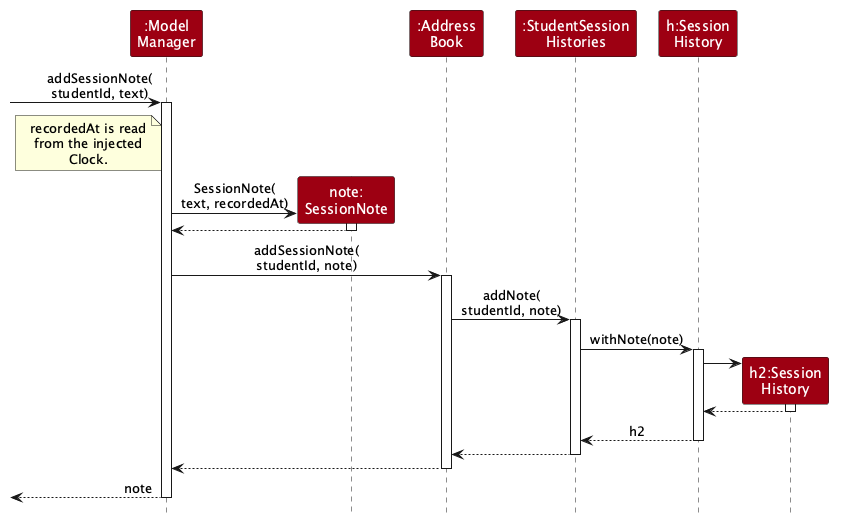
The PlantUML diagram docs/images/AddSessionNoteSequenceDiagram.png in AY2627S1-CS2103T-F09-1/tp, before a commit. Its diagram source:
```plantuml
@startuml
!include style.puml
skinparam ArrowFontStyle plain

participant ":Model\nManager" as ModelManager MODEL_COLOR
participant "note:\nSessionNote" as SessionNote MODEL_COLOR
participant ":Address\nBook" as AddressBook MODEL_COLOR
participant ":StudentSession\nHistories" as Histories MODEL_COLOR
participant "h:Session\nHistory" as History MODEL_COLOR
participant "h2:Session\nHistory" as NewHistory MODEL_COLOR

[-> ModelManager : addSessionNote(\nstudentId, text)
activate ModelManager

note left of ModelManager
  recordedAt is read
  from the injected
  Clock.
end note

create SessionNote
ModelManager -> SessionNote : SessionNote(\ntext, recordedAt)
activate SessionNote
SessionNote --> ModelManager
deactivate SessionNote

ModelManager -> AddressBook : addSessionNote(\nstudentId, note)
activate AddressBook

AddressBook -> Histories : addNote(\nstudentId, note)
activate Histories

Histories -> History : withNote(note)
activate History

create NewHistory
History -> NewHistory
activate NewHistory
NewHistory --> History
deactivate NewHistory

History --> Histories : h2
deactivate History

Histories --> AddressBook
deactivate Histories

AddressBook --> ModelManager
deactivate AddressBook

[<-- ModelManager : note
deactivate ModelManager
@enduml
```
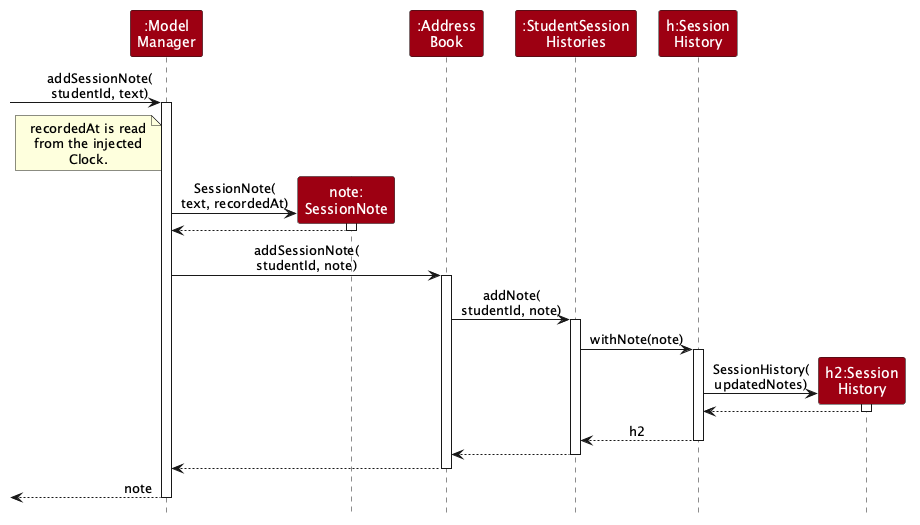
The same file after the commit.

Commit message:
Label session-note creation messages

Diff of the diagram source:
```diff
@@ -34,7 +34,7 @@
 activate History
 
 create NewHistory
-History -> NewHistory
+History -> NewHistory : SessionHistory(\nupdatedNotes)
 activate NewHistory
 NewHistory --> History
 deactivate NewHistory
```
